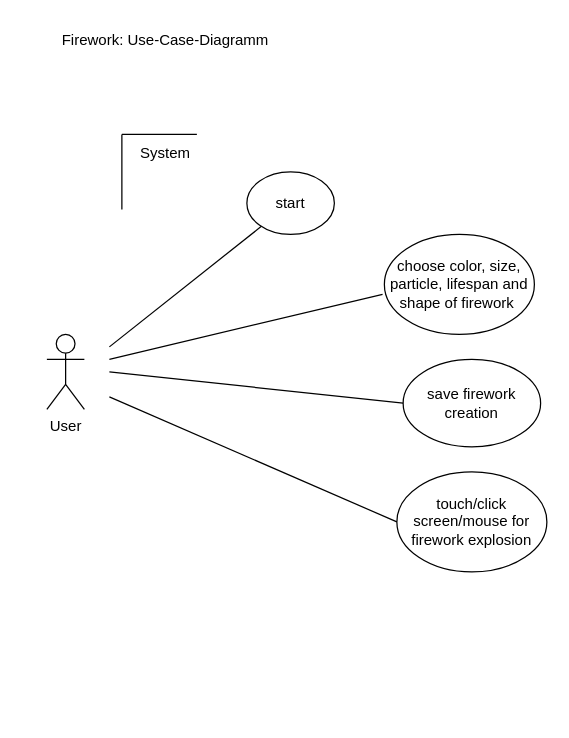
LizHengsteler/EIA2-Endabgabe keeps this draw.io diagram as UCD_Firwork.drawio. Above is the earlier version. Source tidied: cells renumbered, new cells numbered last; positions are measured from the earlier drawing's top-left corner, leaving out a move shared by most shapes. Both pictures are drawn from the tidied source at 125%, with x=0, y=0 at pixel (21, 21).
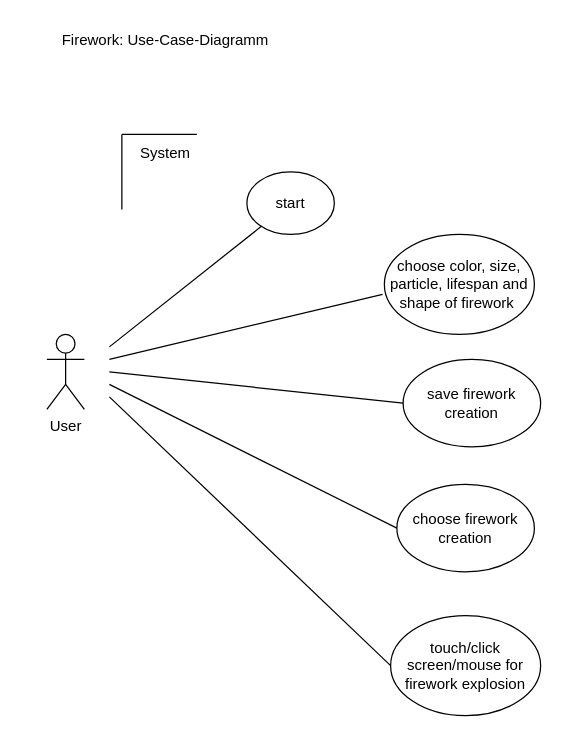
After the change.

Change to the diagram source:
```diff
@@
     <mxCell id="9" value="touch/click screen/mouse for firework explosion" style="ellipse;whiteSpace=wrap;html=1;" parent="1" vertex="1">
-      <mxGeometry x="300" y="360" width="120" height="80" as="geometry" />
+      <mxGeometry x="295" y="475" width="120" height="80" as="geometry" />
     </mxCell>
@@
+    <mxCell id="15" value="choose firework creation" style="ellipse;whiteSpace=wrap;html=1;" parent="1" vertex="1">
+      <mxGeometry x="300" y="370" width="110" height="70" as="geometry" />
+    </mxCell>
+    <mxCell id="16" style="endArrow=none;html=1;rounded=0;entryX=0;entryY=0.5;entryDx=0;entryDy=0;" parent="1" edge="1" target="15">
+      <mxGeometry relative="1" as="geometry">
+        <mxPoint x="70" y="290" as="sourcePoint" />
+      </mxGeometry>
+    </mxCell>
```
